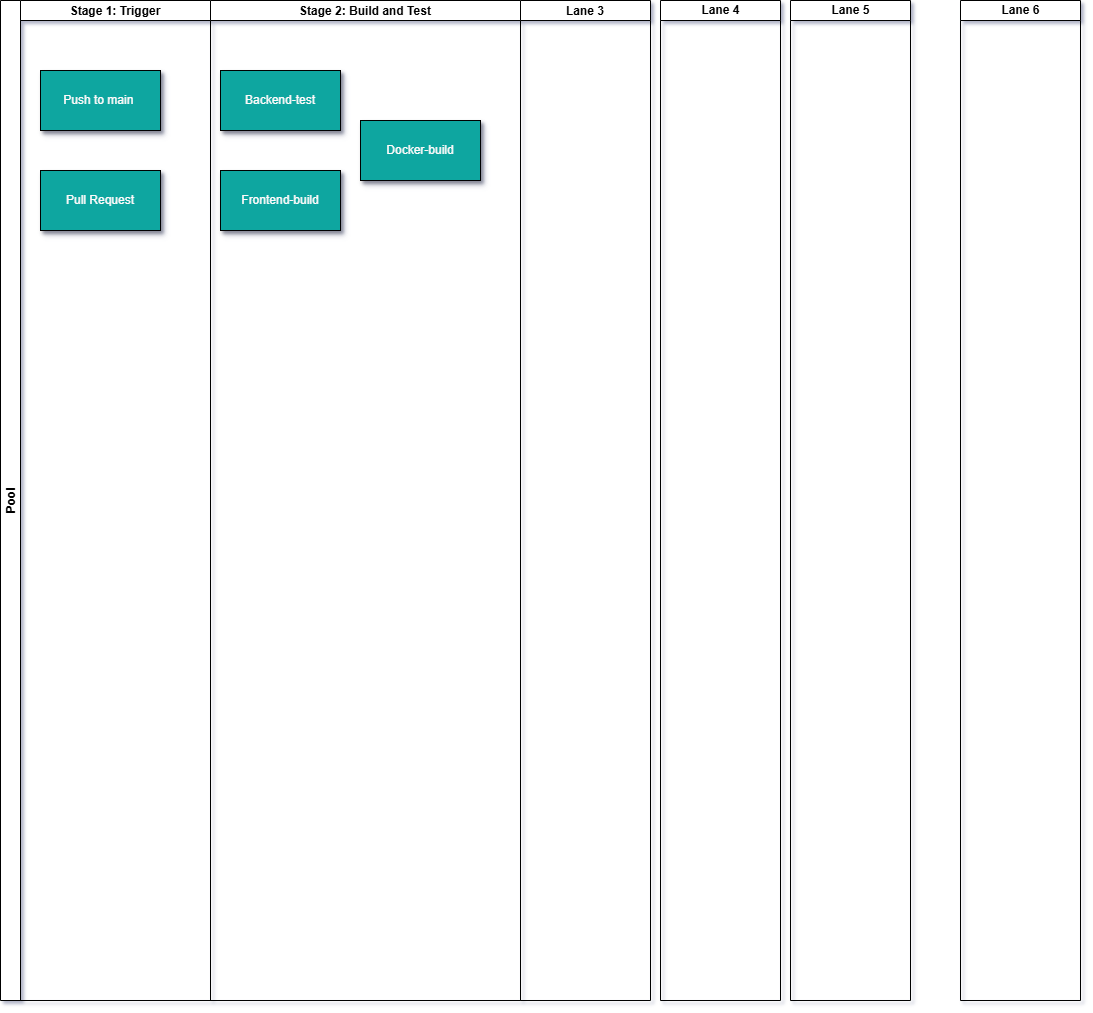
This is docs/CICD_Pipeline.png from Sunloid/DevSecOps_Automated_CICD_pipeline, a draw.io export, as it was before one commit. Source tidied: cells renumbered, new cells last; positions are measured from the earlier drawing's top-left corner, leaving out a move shared by most shapes.
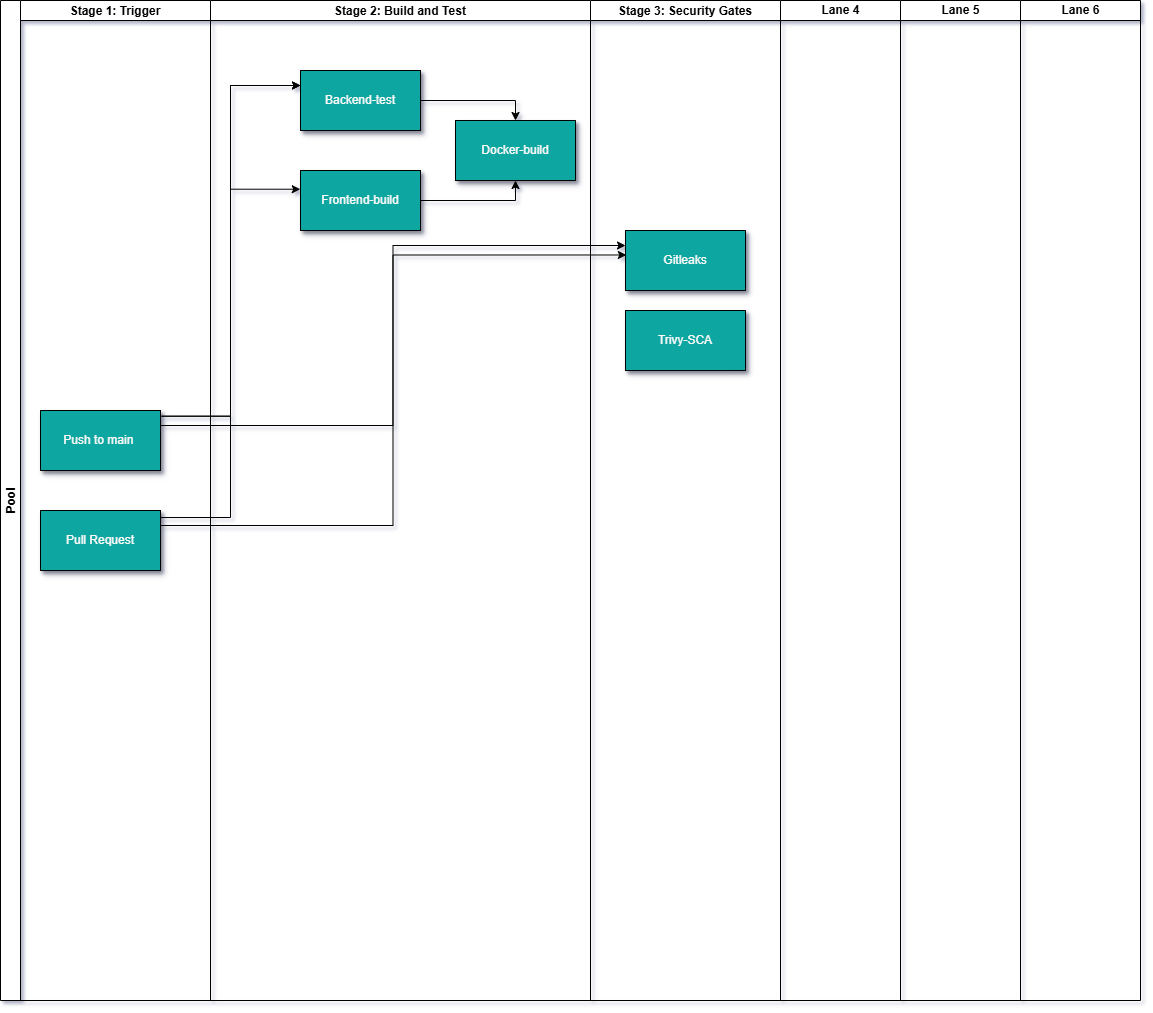
After the change.

What changed in the source:
```diff
@@ -3,13 +3,13 @@
     <mxCell id="0" />
     <mxCell id="1" parent="0" />
     <mxCell id="2" value="Lane 4" style="swimlane;startSize=20;html=1;" parent="1" vertex="1">
-      <mxGeometry x="660" width="120" height="1000" as="geometry" />
+      <mxGeometry x="780" width="120" height="1000" as="geometry" />
     </mxCell>
     <mxCell id="3" value="Lane 5" style="swimlane;startSize=20;html=1;" parent="1" vertex="1">
-      <mxGeometry x="790" width="120" height="1000" as="geometry" />
+      <mxGeometry x="900" width="120" height="1000" as="geometry" />
     </mxCell>
     <mxCell id="4" value="Lane 6" style="swimlane;startSize=20;html=1;" parent="1" vertex="1">
-      <mxGeometry x="960" width="120" height="1000" as="geometry" />
+      <mxGeometry x="1020" width="120" height="1000" as="geometry" />
     </mxCell>
     <mxCell id="5" value="Pool" style="swimlane;startSize=20;horizontal=0;" parent="1" vertex="1">
       <mxGeometry width="210" height="1000" as="geometry" />
@@ -18,25 +18,52 @@
       <mxGeometry x="20" width="190" height="1000" as="geometry" />
     </mxCell>
     <mxCell id="7" value="Push to main&amp;nbsp;" style="rounded=0;whiteSpace=wrap;html=1;textShadow=0;labelBorderColor=none;fillColor=light-dark(#0EA6A0,#54887C);fontStyle=0;fontColor=light-dark(#fffafa, #ededed);shadow=1;" parent="6" vertex="1">
-      <mxGeometry x="20" y="70" width="120" height="60" as="geometry" />
+      <mxGeometry x="20" y="410" width="120" height="60" as="geometry" />
     </mxCell>
     <mxCell id="8" value="Pull Request" style="rounded=0;whiteSpace=wrap;html=1;strokeColor=default;align=center;verticalAlign=middle;fontFamily=Helvetica;fontSize=12;fontColor=light-dark(#fffafa, #ededed);fontStyle=0;labelBorderColor=none;fillColor=light-dark(#0EA6A0,#54887C);textShadow=0;shadow=1;" parent="6" vertex="1">
-      <mxGeometry x="20" y="170" width="120" height="60" as="geometry" />
+      <mxGeometry x="20" y="510" width="120" height="60" as="geometry" />
     </mxCell>
-    <mxCell id="9" value="Lane 3" style="swimlane;startSize=20;" parent="1" vertex="1">
-      <mxGeometry x="520" width="130" height="1000" as="geometry" />
+    <mxCell id="9" value="Stage 3: Security Gates" style="swimlane;startSize=20;" parent="1" vertex="1">
+      <mxGeometry x="590" width="190" height="1000" as="geometry" />
     </mxCell>
+    <mxCell id="14" value="Gitleaks" style="rounded=0;whiteSpace=wrap;html=1;textShadow=0;labelBorderColor=none;fillColor=light-dark(#0EA6A0,#54887C);fontStyle=0;fontColor=light-dark(#fffafa, #ededed);shadow=1;" parent="9" vertex="1">
+      <mxGeometry x="35" y="230" width="120" height="60" as="geometry" />
+    </mxCell>
+    <mxCell id="15" value="Trivy-SCA" style="rounded=0;whiteSpace=wrap;html=1;textShadow=0;labelBorderColor=none;fillColor=light-dark(#0EA6A0,#54887C);fontStyle=0;fontColor=light-dark(#fffafa, #ededed);shadow=1;" parent="9" vertex="1">
+      <mxGeometry x="35" y="310" width="120" height="60" as="geometry" />
+    </mxCell>
     <mxCell id="10" value="Stage 2: Build and Test" style="swimlane;startSize=20;" parent="1" vertex="1">
-      <mxGeometry x="210" width="310" height="1000" as="geometry" />
+      <mxGeometry x="210" width="380" height="1000" as="geometry" />
     </mxCell>
+    <mxCell id="16" style="edgeStyle=orthogonalEdgeStyle;rounded=0;jettySize=auto;html=1;exitX=1;exitY=0.5;exitDx=0;exitDy=0;entryX=0.5;entryY=0;entryDx=0;entryDy=0;defaultLabelBackgroundColor=page;labelPadding=0 4;" parent="10" edge="1" source="11" target="13">
+      <mxGeometry relative="1" as="geometry" />
+    </mxCell>
     <mxCell id="11" value="Backend-test" style="rounded=0;whiteSpace=wrap;html=1;textShadow=0;labelBorderColor=none;fillColor=light-dark(#0EA6A0,#54887C);fontStyle=0;fontColor=light-dark(#fffafa, #ededed);shadow=1;" parent="10" vertex="1">
-      <mxGeometry x="10" y="70" width="120" height="60" as="geometry" />
+      <mxGeometry x="90" y="70" width="120" height="60" as="geometry" />
     </mxCell>
     <mxCell id="12" value="Frontend-build" style="rounded=0;whiteSpace=wrap;html=1;textShadow=0;labelBorderColor=none;fillColor=light-dark(#0EA6A0,#54887C);fontStyle=0;fontColor=light-dark(#fffafa, #ededed);shadow=1;" parent="10" vertex="1">
-      <mxGeometry x="10" y="170" width="120" height="60" as="geometry" />
+      <mxGeometry x="90" y="170" width="120" height="60" as="geometry" />
     </mxCell>
     <mxCell id="13" value="Docker-build" style="rounded=0;whiteSpace=wrap;html=1;textShadow=0;labelBorderColor=none;fillColor=light-dark(#0EA6A0,#54887C);fontStyle=0;fontColor=light-dark(#fffafa, #ededed);shadow=1;" parent="10" vertex="1">
-      <mxGeometry x="150" y="120" width="120" height="60" as="geometry" />
+      <mxGeometry x="245" y="120" width="120" height="60" as="geometry" />
     </mxCell>
+    <mxCell id="17" style="edgeStyle=orthogonalEdgeStyle;rounded=0;jettySize=auto;html=1;exitX=1;exitY=0.5;exitDx=0;exitDy=0;entryX=0.5;entryY=1;entryDx=0;entryDy=0;defaultLabelBackgroundColor=page;labelPadding=0 4;" parent="10" edge="1" source="12" target="13">
+      <mxGeometry x="0.04" relative="1" as="geometry" />
+    </mxCell>
+    <mxCell id="18" style="edgeStyle=orthogonalEdgeStyle;rounded=0;jettySize=auto;html=1;exitX=1.013;exitY=0.095;exitDx=0;exitDy=0;entryX=-0.002;entryY=0.312;entryDx=0;entryDy=0;entryPerimeter=0;defaultLabelBackgroundColor=page;labelPadding=0 4;exitPerimeter=0;" parent="1" edge="1" source="7" target="12">
+      <mxGeometry x="-0.03" relative="1" as="geometry" />
+    </mxCell>
+    <mxCell id="19" style="edgeStyle=orthogonalEdgeStyle;rounded=0;jettySize=auto;html=1;exitX=1.007;exitY=0.095;exitDx=0;exitDy=0;entryX=0;entryY=0.25;entryDx=0;entryDy=0;defaultLabelBackgroundColor=page;labelPadding=0 4;exitPerimeter=0;" parent="1" edge="1" source="7" target="11">
+      <mxGeometry x="-0.06" relative="1" as="geometry" />
+    </mxCell>
+    <mxCell id="20" style="edgeStyle=orthogonalEdgeStyle;rounded=0;jettySize=auto;html=1;exitX=1;exitY=0.117;exitDx=0;exitDy=0;entryX=0;entryY=0.25;entryDx=0;entryDy=0;defaultLabelBackgroundColor=page;labelPadding=0 4;exitPerimeter=0;" parent="1" edge="1" source="8" target="11">
+      <mxGeometry x="-0.01" relative="1" as="geometry" />
+    </mxCell>
+    <mxCell id="21" style="edgeStyle=orthogonalEdgeStyle;rounded=0;jettySize=auto;html=1;exitX=1;exitY=0.25;exitDx=0;exitDy=0;entryX=0;entryY=0.25;entryDx=0;entryDy=0;defaultLabelBackgroundColor=page;labelPadding=0 4;" parent="1" edge="1" source="7" target="14">
+      <mxGeometry relative="1" as="geometry" />
+    </mxCell>
+    <mxCell id="22" style="edgeStyle=orthogonalEdgeStyle;rounded=0;jettySize=auto;html=1;exitX=1;exitY=0.25;exitDx=0;exitDy=0;entryX=0.007;entryY=0.408;entryDx=0;entryDy=0;entryPerimeter=0;defaultLabelBackgroundColor=page;labelPadding=0 4;" parent="1" edge="1" source="8" target="14">
+      <mxGeometry relative="1" as="geometry" />
+    </mxCell>
   </root>
 </mxGraphModel>
```
